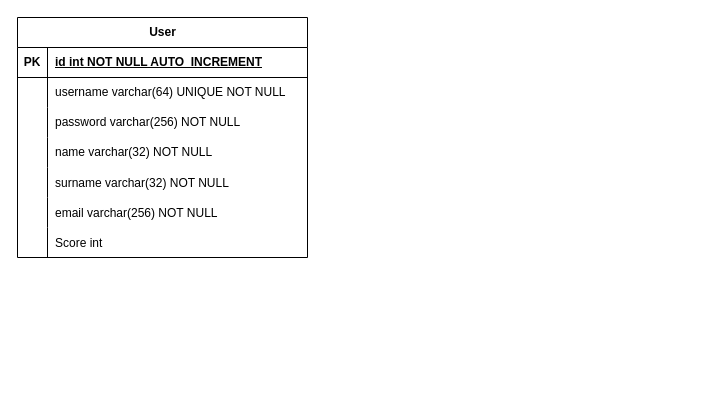
The draw.io diagram 7_Allegati/Schema-Logico-DB.drawio in smanedn/ColorfulSongs, before the edit. Source tidied: cells renumbered, new cells numbered last; positions are measured from the earlier drawing's top-left corner, leaving out a move shared by most shapes. Both pictures are drawn from the tidied source at 100%, with x=0, y=0 at pixel (17, 17).
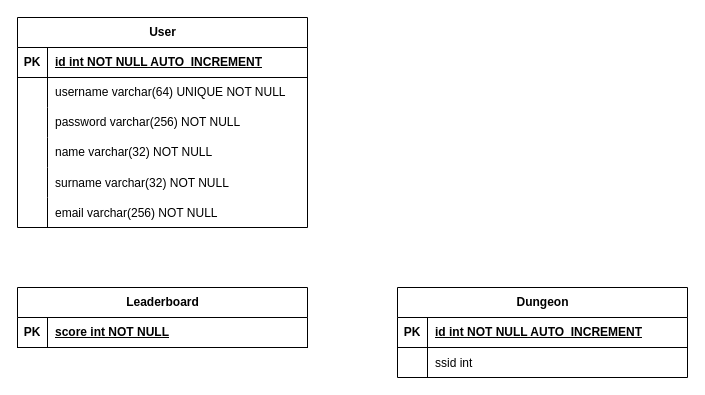
Above is the later version.

Change to the diagram source:
```diff
@@
     <mxCell id="2" value="&lt;span style=&quot;text-wrap: wrap;&quot;&gt;User&lt;/span&gt;" style="shape=table;startSize=30;childLayout=tableLayout;rowLines=0;fontStyle=1;align=center;html=1;" parent="1" vertex="1">
-      <mxGeometry width="290" height="240" as="geometry" />
+      <mxGeometry width="290" height="210" as="geometry" />
     </mxCell>
@@
-    <mxCell id="21" style="shape=tableRow;horizontal=0;startSize=0;swimlaneHead=0;swimlaneBody=0;fillColor=none;top=0;left=0;right=0;bottom=0;" parent="2" vertex="1">
-      <mxGeometry y="210" width="290" height="30" as="geometry" />
-    </mxCell>
+    <mxCell id="24" value="&lt;span style=&quot;text-wrap: wrap;&quot;&gt;Leaderboard&lt;/span&gt;" style="shape=table;startSize=30;childLayout=tableLayout;rowLines=0;fontStyle=1;align=center;html=1;" parent="1" vertex="1">
+      <mxGeometry y="270" width="290" height="60" as="geometry" />
+    </mxCell>
+    <mxCell id="25" style="shape=tableRow;horizontal=0;startSize=0;swimlaneHead=0;swimlaneBody=0;fillColor=none;top=0;left=0;right=0;bottom=1;" parent="24" vertex="1">
+      <mxGeometry y="30" width="290" height="30" as="geometry" />
+    </mxCell>
+    <mxCell id="26" value="PK" style="shape=partialRectangle;fillColor=none;top=0;left=0;bottom=0;right=0;fontStyle=1;overflow=hidden;whiteSpace=wrap;html=1;" parent="25" vertex="1">
+      <mxGeometry width="30" height="30" as="geometry" />
+    </mxCell>
+    <mxCell id="27" value="score int NOT NULL" style="shape=partialRectangle;fillColor=none;top=0;left=0;bottom=0;right=0;align=left;spacingLeft=6;fontStyle=5;overflow=hidden;whiteSpace=wrap;html=1;" parent="25" vertex="1">
+      <mxGeometry x="30" width="260" height="30" as="geometry" />
+    </mxCell>
+    <mxCell id="28" value="&lt;span style=&quot;text-wrap: wrap;&quot;&gt;Dungeon&lt;/span&gt;" style="shape=table;startSize=30;childLayout=tableLayout;rowLines=0;fontStyle=1;align=center;html=1;" parent="1" vertex="1">
+      <mxGeometry x="380" y="270" width="290" height="90" as="geometry" />
+    </mxCell>
+    <mxCell id="29" style="shape=tableRow;horizontal=0;startSize=0;swimlaneHead=0;swimlaneBody=0;fillColor=none;top=0;left=0;right=0;bottom=1;" parent="28" vertex="1">
+      <mxGeometry y="30" width="290" height="30" as="geometry" />
+    </mxCell>
+    <mxCell id="30" value="PK" style="shape=partialRectangle;fillColor=none;top=0;left=0;bottom=0;right=0;fontStyle=1;overflow=hidden;whiteSpace=wrap;html=1;" parent="29" vertex="1">
+      <mxGeometry width="30" height="30" as="geometry" />
+    </mxCell>
+    <mxCell id="31" value="id int NOT NULL AUTO_INCREMENT" style="shape=partialRectangle;fillColor=none;top=0;left=0;bottom=0;right=0;align=left;spacingLeft=6;fontStyle=5;overflow=hidden;whiteSpace=wrap;html=1;" parent="29" vertex="1">
+      <mxGeometry x="30" width="260" height="30" as="geometry" />
+    </mxCell>
+    <mxCell id="32" style="shape=tableRow;horizontal=0;startSize=0;swimlaneHead=0;swimlaneBody=0;fillColor=none;top=0;left=0;right=0;bottom=0;" parent="28" vertex="1">
+      <mxGeometry y="60" width="290" height="30" as="geometry" />
+    </mxCell>
-    <mxCell id="22" style="shape=partialRectangle;fillColor=none;top=0;left=0;bottom=0;right=0;overflow=hidden;" parent="21" vertex="1">
+    <mxCell id="22" style="shape=partialRectangle;fillColor=none;top=0;left=0;bottom=0;right=0;overflow=hidden;" parent="32" vertex="1">
       <mxGeometry width="30" height="30" as="geometry" />
     </mxCell>
-    <mxCell id="23" value="Score int" style="shape=partialRectangle;fillColor=none;top=0;left=0;bottom=0;right=0;align=left;spacingLeft=6;overflow=hidden;" parent="21" vertex="1">
-      <mxGeometry x="30" width="260" height="30" as="geometry" />
-    </mxCell>
+    <mxCell id="33" value="ssid int" style="shape=partialRectangle;fillColor=none;top=0;left=0;bottom=0;right=0;align=left;spacingLeft=6;overflow=hidden;" parent="32" vertex="1">
+      <mxGeometry x="30" width="260" height="30" as="geometry" />
+    </mxCell>
```
